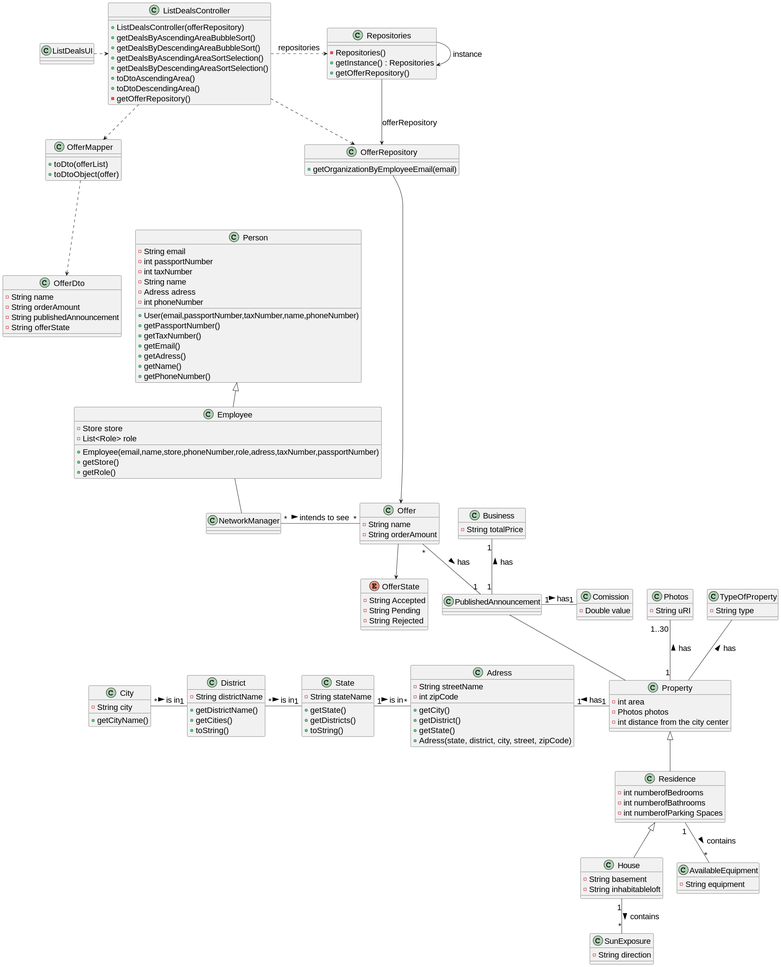
Earlier version of the PlantUML export docs/sprintD/US017/03.design/svg/us17-class-diagram.svg (PureNimble/ISEP-LAPR2).
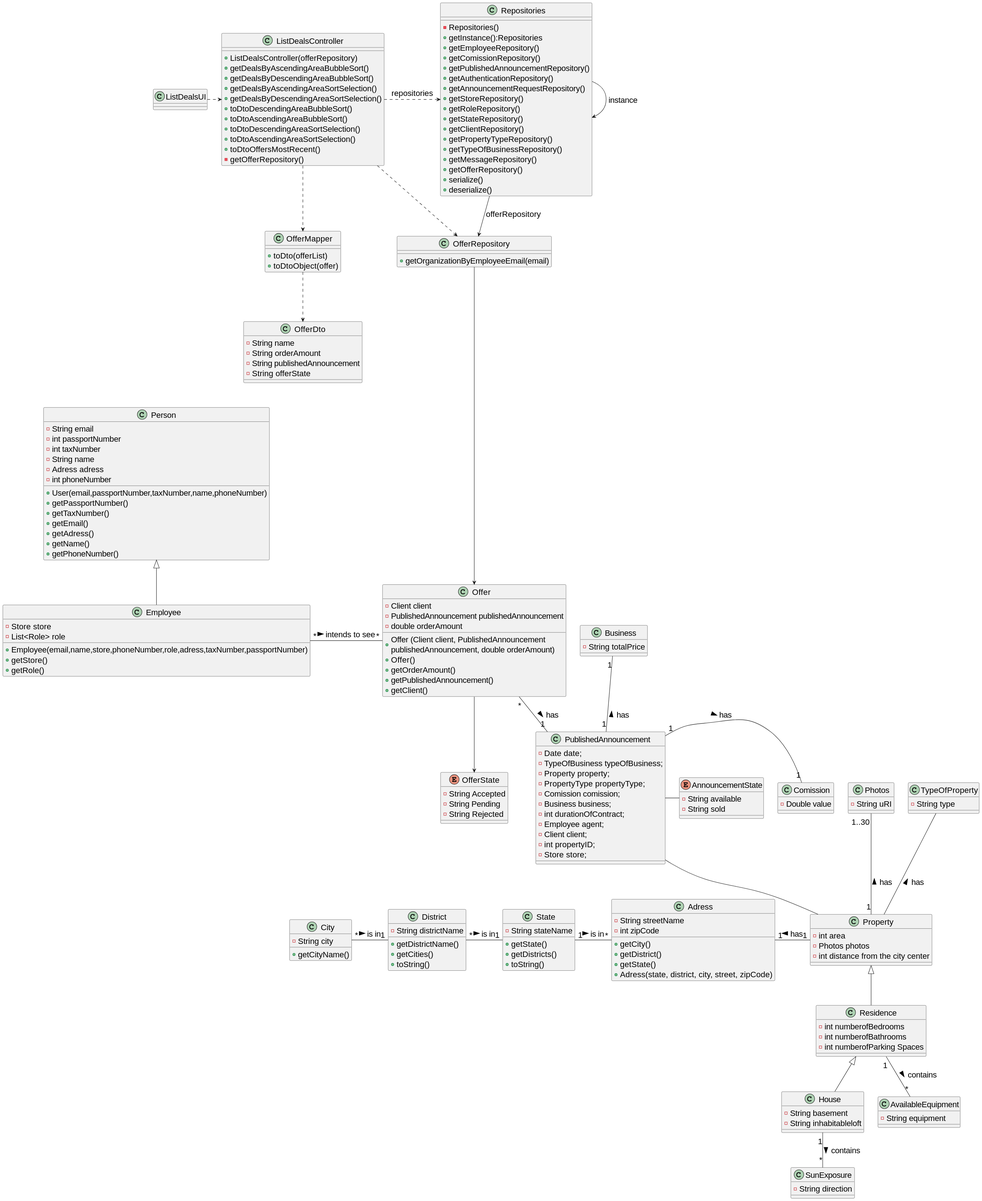
After the change.

Change to the diagram source:
```diff
@@ -26,12 +26,18 @@
 +getPhoneNumber()
 }
 
-class NetworkManager{
-}
 
 class Offer{
--String name
--String orderAmount
+- Client client
+ - PublishedAnnouncement publishedAnnouncement
+ - double orderAmount
+
+ + Offer (Client client, PublishedAnnouncement \npublishedAnnouncement, double orderAmount)
+ + Offer()
+ + getOrderAmount()
+ + getPublishedAnnouncement()
+ + getClient()
+
 }
 
 enum  OfferState {
@@ -109,6 +115,22 @@
 }
 
 class PublishedAnnouncement {
+    - Date date;
+    - TypeOfBusiness typeOfBusiness;
+    - Property property;
+    - PropertyType propertyType;
+    - Comission comission;
+    - Business business;
+    - int durationOfContract;
+    - Employee agent;
+    - Client client;
+    - int propertyID;
+    - Store store;
+}
+
+enum AnnouncementState{
+-String available
+-String sold
 }
 
 class State{
@@ -126,11 +148,64 @@
 -String type
 }
 
-Person <|-- Employee
-Employee -- NetworkManager
+class OfferMapper {
+    + toDto(offerList)
+    + toDtoObject(offer)
+}
+
+class OfferRepository {
+    + getOrganizationByEmployeeEmail(email)
+}
+
+class Repositories{
+-Repositories()
++getInstance():Repositories
++getEmployeeRepository()
++getComissionRepository()
++getPublishedAnnouncementRepository()
++getAuthenticationRepository()
++getAnnouncementRequestRepository()
++getStoreRepository()
++getRoleRepository()
++getStateRepository()
++getClientRepository()
++getPropertyTypeRepository()
++getTypeOfBusinessRepository()
++getMessageRepository()
++getOfferRepository()
++serialize()
++deserialize()
+}
+
+class ListDealsController {
+    + ListDealsController(offerRepository)
+    + getDealsByAscendingAreaBubbleSort()
+    + getDealsByDescendingAreaBubbleSort()
+    + getDealsByAscendingAreaSortSelection()
+    + getDealsByDescendingAreaSortSelection()
+    + toDtoDescendingAreaBubbleSort()
+    + toDtoAscendingAreaBubbleSort()
+    + toDtoDescendingAreaSortSelection()
+    + toDtoAscendingAreaSortSelection()
+    + toDtoOffersMostRecent()
+    - getOfferRepository()
+}
+
+class ListDealsUI {
+}
+
+class OfferDto{
+-String name
+-String orderAmount
+-String publishedAnnouncement
+-String offerState
+}
 
 
-NetworkManager "*" - "*" Offer: intends to see >
+Person <|-- Employee
+
+
+Employee "*" - "*" Offer: intends to see >
 Offer "*" -- "1" PublishedAnnouncement: has >
 PublishedAnnouncement -- Property
 TypeOfProperty -- Property : has <
@@ -146,46 +221,6 @@
 State "1" -left-- "*" District: is in <
 District "1" -left-- "*" City: is in <
 Adress "*" -left-- "1" State: is in <
-
-
-
-
-class OfferMapper {
-    + toDto(offerList)
-    + toDtoObject(offer)
-}
-
-class OfferRepository {
-    + getOrganizationByEmployeeEmail(email)
-}
-
-class Repositories {
-    - Repositories()
-    + getInstance() : Repositories
-    + getOfferRepository()
-}
-
-class ListDealsController {
-    + ListDealsController(offerRepository)
-    + getDealsByAscendingAreaBubbleSort()
-    + getDealsByDescendingAreaBubbleSort()
-    + getDealsByAscendingAreaSortSelection()
-    + getDealsByDescendingAreaSortSelection()
-    + toDtoAscendingArea()
-    + toDtoDescendingArea()
-    - getOfferRepository()
-}
-
-class ListDealsUI {
-}
-
-class OfferDto{
--String name
--String orderAmount
--String publishedAnnouncement
--String offerState
-}
-
 
 
 ListDealsUI .> ListDealsController
@@ -205,5 +240,7 @@
 OfferRepository -----> Offer
 
 
+PublishedAnnouncement - AnnouncementState
+
 Offer --> OfferState
 @enduml
```
